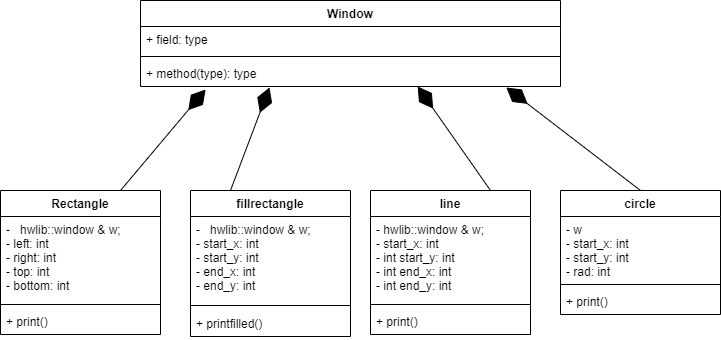
LFGaming/OOPC-2023 keeps this draw.io diagram as 1-6/uml.png. Above is the earlier version. Source tidied: cells renumbered, new cells last; positions are measured from the earlier drawing's top-left corner, leaving out a move shared by most shapes.
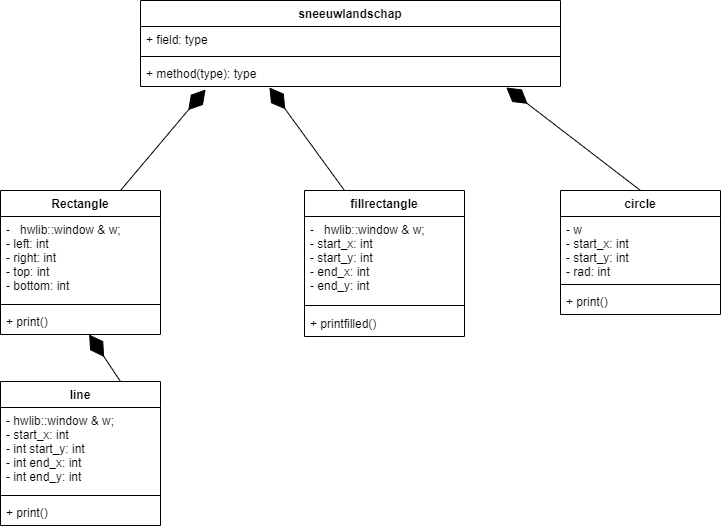
Later version of the same file.

What changed in the source:
```diff
@@ -2,7 +2,7 @@
   <root>
     <mxCell id="0" />
     <mxCell id="1" parent="0" />
-    <mxCell id="2" value="Window" style="swimlane;fontStyle=1;align=center;verticalAlign=top;horizontal=1;startSize=26;" parent="1" vertex="1">
+    <mxCell id="2" value="sneeuwlandschap" style="swimlane;fontStyle=1;align=center;verticalAlign=top;horizontal=1;startSize=26;" parent="1" vertex="1">
       <mxGeometry x="140" width="420" height="86" as="geometry" />
     </mxCell>
     <mxCell id="3" value="+ field: type" style="text;strokeColor=none;fillColor=none;align=left;verticalAlign=top;spacingLeft=4;spacingRight=4;overflow=hidden;" parent="2" vertex="1">
@@ -27,7 +27,7 @@
       <mxGeometry y="118" width="160" height="26" as="geometry" />
     </mxCell>
     <mxCell id="10" value="fillrectangle" style="swimlane;fontStyle=1;align=center;verticalAlign=top;horizontal=1;startSize=26;" parent="1" vertex="1">
-      <mxGeometry x="190" y="190" width="160" height="146" as="geometry" />
+      <mxGeometry x="304" y="190" width="160" height="146" as="geometry" />
     </mxCell>
     <mxCell id="11" value="-   hwlib::window &amp; w;&#10;- start_x: int&#10;- start_y: int&#10;- end_x: int&#10;- end_y: int" style="text;strokeColor=none;fillColor=none;align=left;verticalAlign=top;spacingLeft=4;spacingRight=4;overflow=hidden;" parent="10" vertex="1">
       <mxGeometry y="26" width="160" height="84" as="geometry" />
@@ -39,7 +39,7 @@
       <mxGeometry y="120" width="160" height="26" as="geometry" />
     </mxCell>
     <mxCell id="14" value="line" style="swimlane;fontStyle=1;align=center;verticalAlign=top;horizontal=1;startSize=26;" parent="1" vertex="1">
-      <mxGeometry x="370" y="190" width="160" height="144" as="geometry" />
+      <mxGeometry y="381" width="160" height="144" as="geometry" />
     </mxCell>
     <mxCell id="15" value="- hwlib::window &amp; w;&#10;- start_x: int&#10;- int start_y: int&#10;- int end_x: int&#10;- int end_y: int" style="text;strokeColor=none;fillColor=none;align=left;verticalAlign=top;spacingLeft=4;spacingRight=4;overflow=hidden;" parent="14" vertex="1">
       <mxGeometry y="26" width="160" height="84" as="geometry" />
@@ -68,7 +68,7 @@
     <mxCell id="23" style="endArrow=diamondThin;endFill=1;endSize=24;html=1;entryX=0.307;entryY=1.038;entryDx=0;entryDy=0;entryPerimeter=0;exitX=0.25;exitY=0;exitDx=0;exitDy=0;" parent="1" edge="1" source="10" target="5">
       <mxGeometry relative="1" as="geometry" />
     </mxCell>
-    <mxCell id="24" style="endArrow=diamondThin;endFill=1;endSize=24;html=1;entryX=0.66;entryY=1;entryDx=0;entryDy=0;entryPerimeter=0;exitX=0.75;exitY=0;exitDx=0;exitDy=0;" parent="1" edge="1" source="14" target="5">
+    <mxCell id="24" style="endArrow=diamondThin;endFill=1;endSize=24;html=1;exitX=0.75;exitY=0;exitDx=0;exitDy=0;" parent="1" edge="1" source="14" target="9">
       <mxGeometry relative="1" as="geometry" />
     </mxCell>
     <mxCell id="25" style="endArrow=diamondThin;endFill=1;endSize=24;html=1;entryX=0.871;entryY=1.038;entryDx=0;entryDy=0;entryPerimeter=0;exitX=0.5;exitY=0;exitDx=0;exitDy=0;" parent="1" edge="1" source="18" target="5">
```
